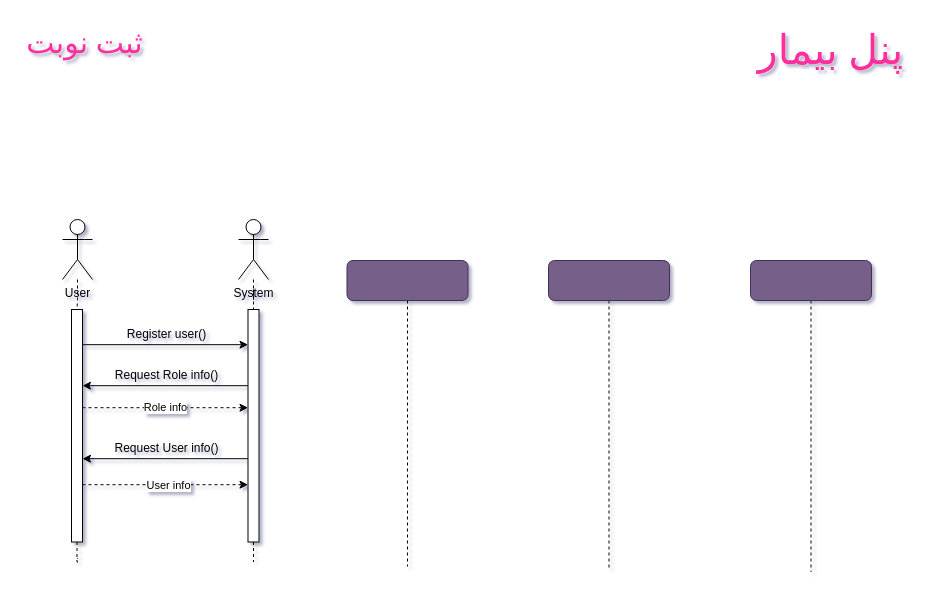
This is page "ثبت نوبت" (9 of 20) of Sequence Diagram/SequenceDiagram.drawio from Matinrezaei/Software-Lab, a draw.io file, before an edit. Source tidied: cells renumbered, new cells numbered last; positions are measured from the earlier drawing's top-left corner, leaving out a move shared by most shapes. Both pictures are drawn from the tidied source at 100%, with x=0, y=0 at pixel (17, 17).
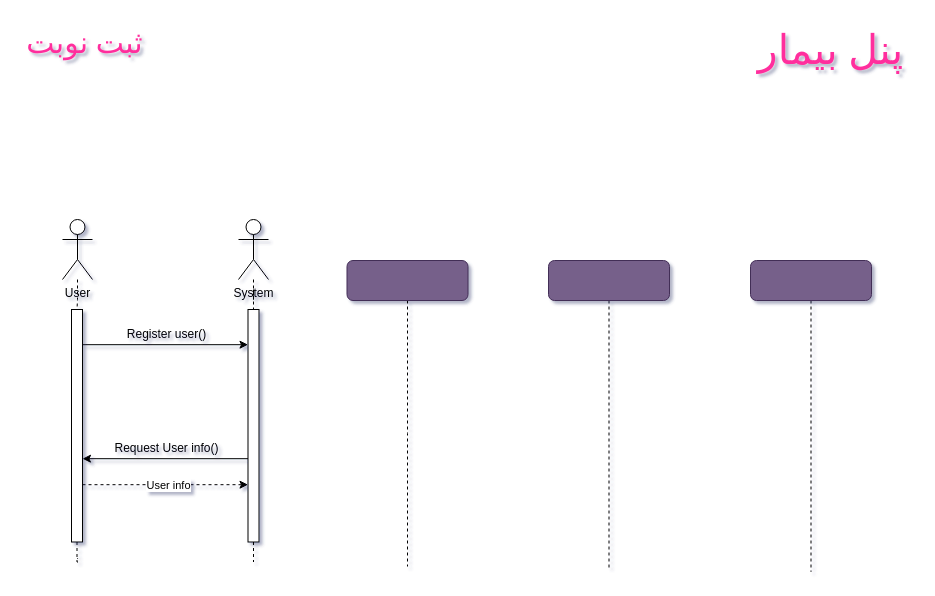
The same page after the edit.

Change to the diagram source:
```diff
@@
-    <mxCell id="10" value="Role info" style="edgeStyle=orthogonalEdgeStyle;rounded=0;orthogonalLoop=1;jettySize=auto;html=1;entryX=0.5;entryY=1;entryDx=0;entryDy=0;dashed=1;" parent="1" edge="1">
-      <mxGeometry relative="1" as="geometry">
-        <mxPoint x="65" y="390.2" as="sourcePoint" />
-        <mxPoint x="230.5" y="390.2" as="targetPoint" />
-      </mxGeometry>
-    </mxCell>
@@
-    <mxCell id="15" style="edgeStyle=orthogonalEdgeStyle;rounded=0;orthogonalLoop=1;jettySize=auto;html=1;entryX=0.5;entryY=0;entryDx=0;entryDy=0;" parent="1" edge="1">
-      <mxGeometry relative="1" as="geometry">
-        <mxPoint x="230.5" y="368.2" as="sourcePoint" />
-        <mxPoint x="65" y="368.2" as="targetPoint" />
-      </mxGeometry>
-    </mxCell>
@@
-    <mxCell id="24" value="Request Role info()" style="text;html=1;align=center;verticalAlign=middle;strokeColor=none;fillColor=none;" parent="1" vertex="1">
-      <mxGeometry x="86" y="345" width="125" height="26" as="geometry" />
-    </mxCell>
```
